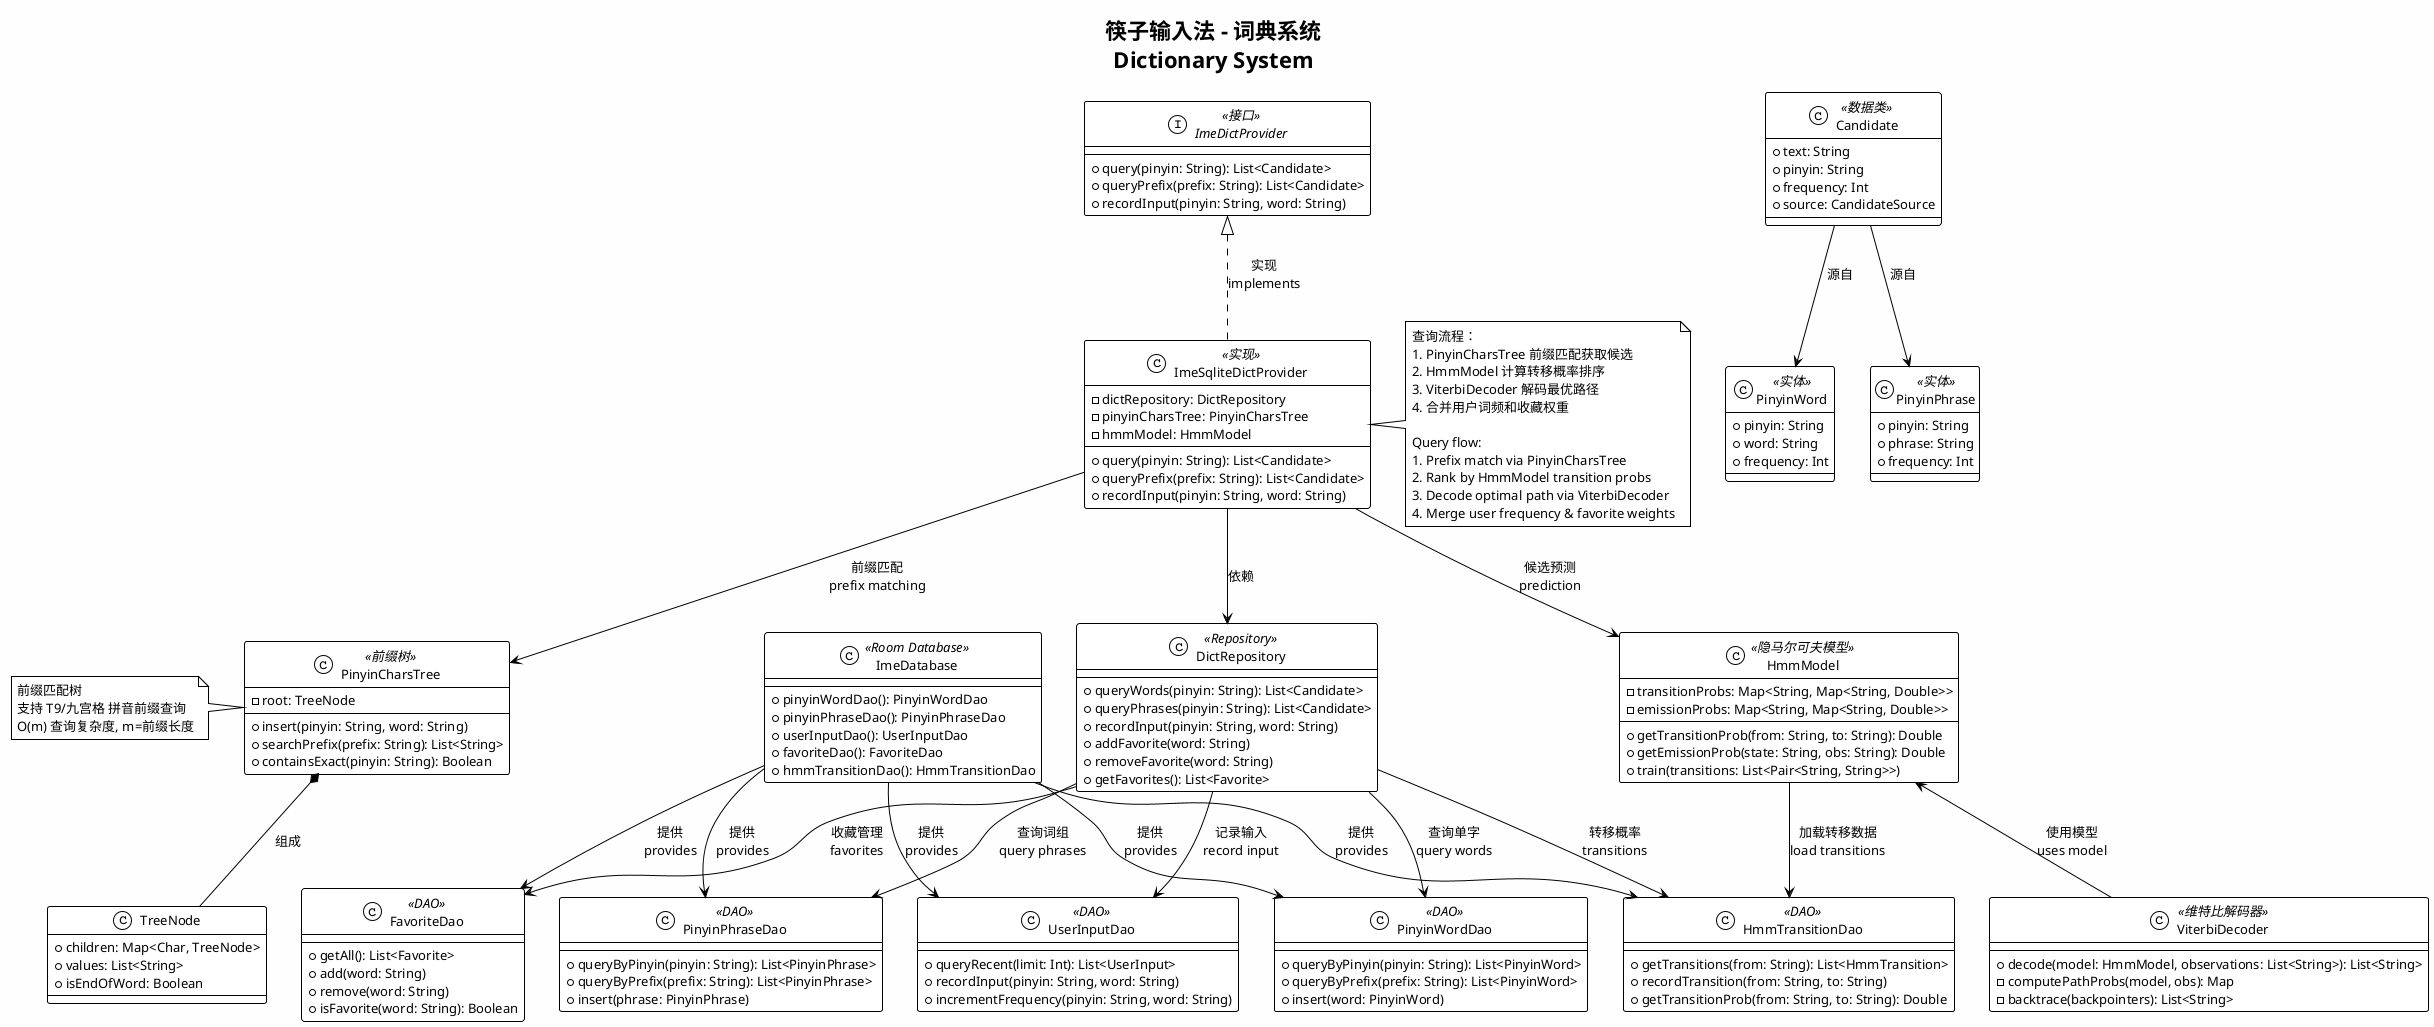
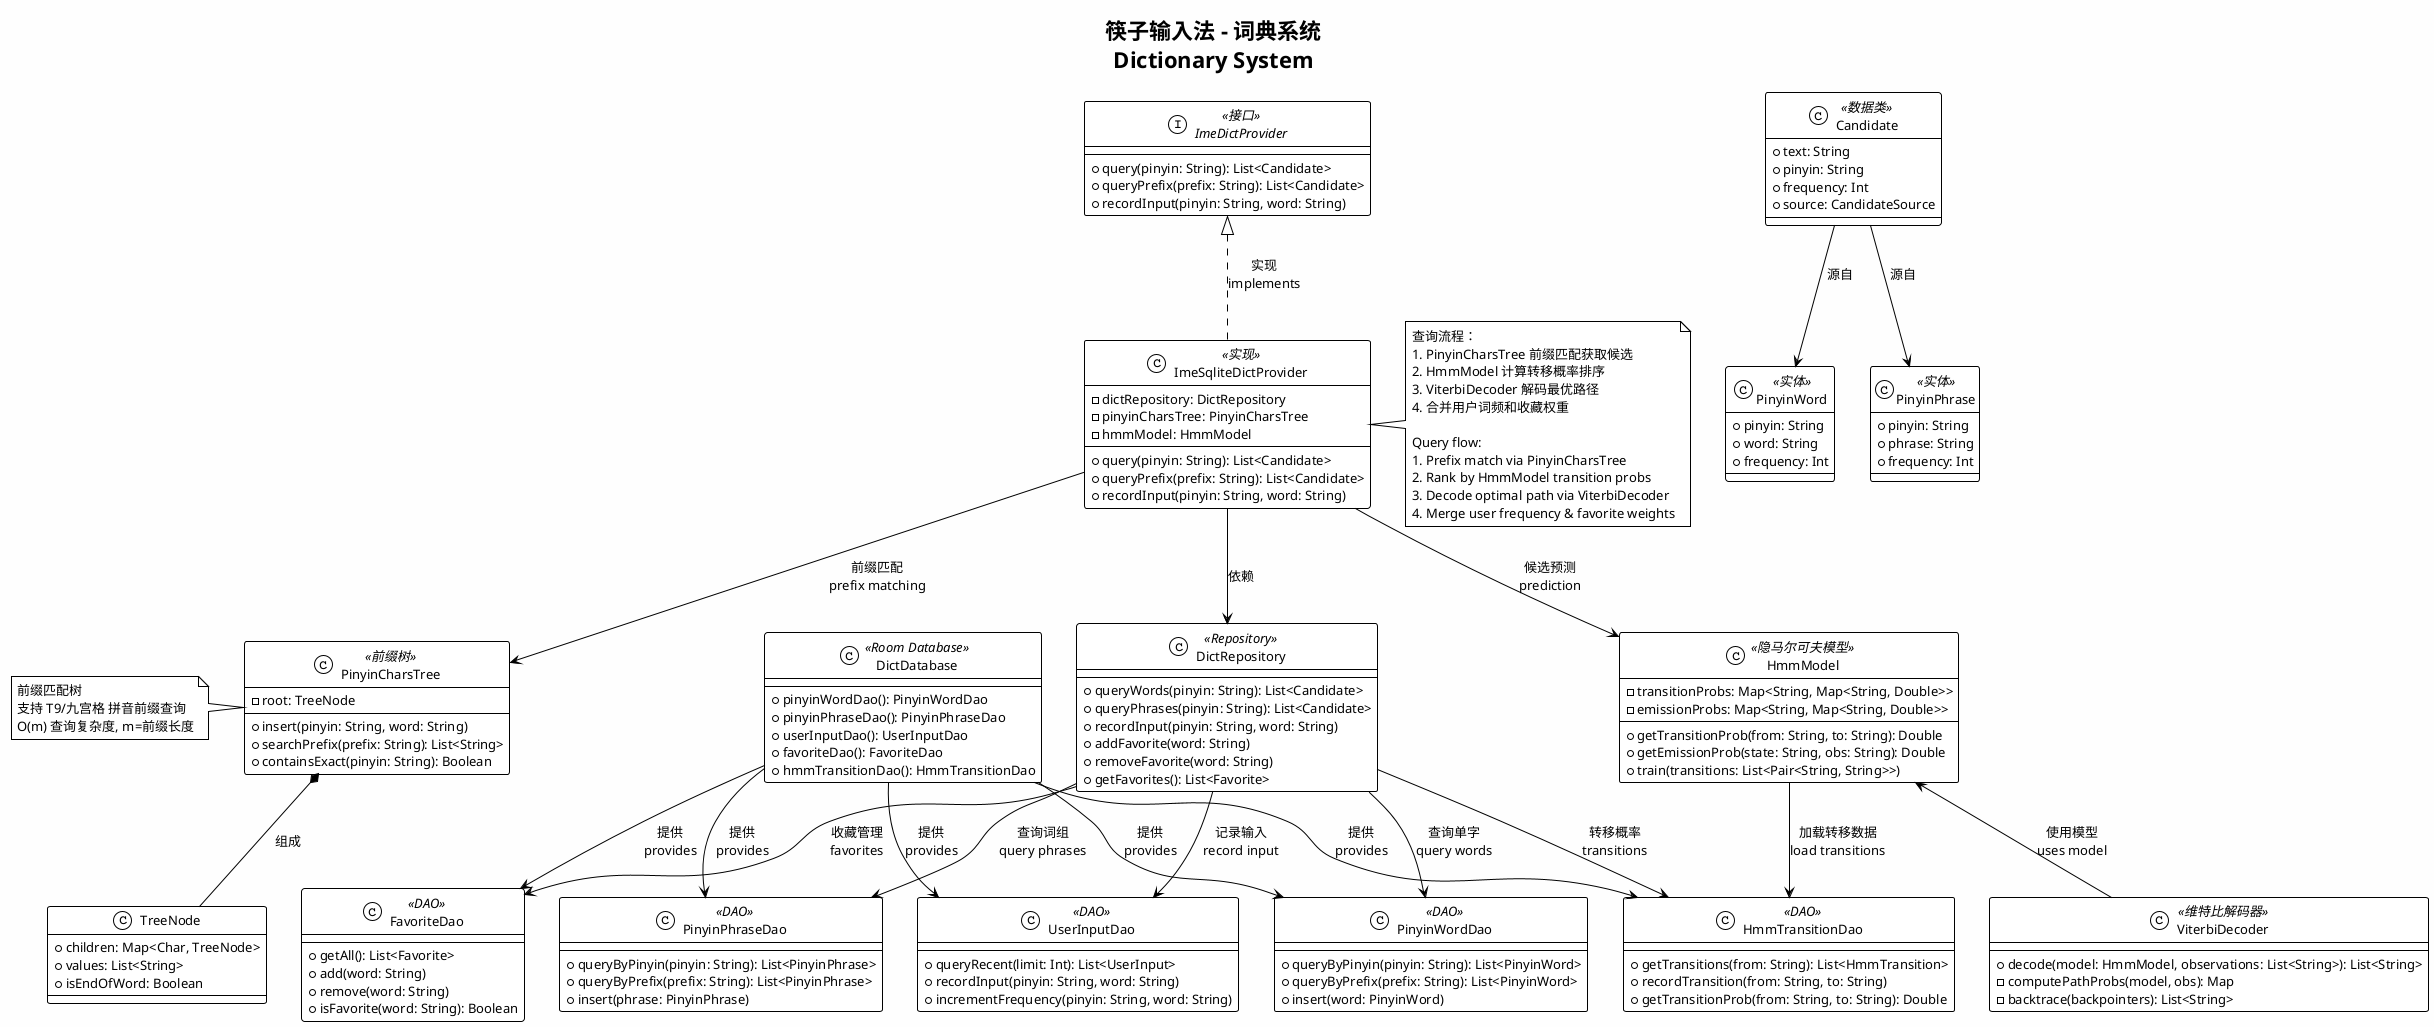
@startuml engine-dict-system
!theme plain
skinparam backgroundColor #FEFEFE
skinparam shadowing false
skinparam defaultFontSize 13
skinparam classFontSize 13
skinparam packageFontSize 14

title 筷子输入法 - 词典系统\nDictionary System

' ─── Repository Layer ──────────────────────────────────────────────

class DictRepository <<Repository>> {
    + queryWords(pinyin: String): List<Candidate>
    + queryPhrases(pinyin: String): List<Candidate>
    + recordInput(pinyin: String, word: String)
    + addFavorite(word: String)
    + removeFavorite(word: String)
    + getFavorites(): List<Favorite>
}

' ─── DAO Layer ─────────────────────────────────────────────────────

class PinyinWordDao <<DAO>> {
    + queryByPinyin(pinyin: String): List<PinyinWord>
    + queryByPrefix(prefix: String): List<PinyinWord>
    + insert(word: PinyinWord)
}

class PinyinPhraseDao <<DAO>> {
    + queryByPinyin(pinyin: String): List<PinyinPhrase>
    + queryByPrefix(prefix: String): List<PinyinPhrase>
    + insert(phrase: PinyinPhrase)
}

class UserInputDao <<DAO>> {
    + queryRecent(limit: Int): List<UserInput>
    + recordInput(pinyin: String, word: String)
    + incrementFrequency(pinyin: String, word: String)
}

class FavoriteDao <<DAO>> {
    + getAll(): List<Favorite>
    + add(word: String)
    + remove(word: String)
    + isFavorite(word: String): Boolean
}

class HmmTransitionDao <<DAO>> {
    + getTransitions(from: String): List<HmmTransition>
    + recordTransition(from: String, to: String)
    + getTransitionProb(from: String, to: String): Double
}

' ─── Database ──────────────────────────────────────────────────────

- class ImeDatabase <<Room Database>> {
+ class DictDatabase <<Room Database>> {
    + pinyinWordDao(): PinyinWordDao
    + pinyinPhraseDao(): PinyinPhraseDao
    + userInputDao(): UserInputDao
    + favoriteDao(): FavoriteDao
    + hmmTransitionDao(): HmmTransitionDao
}

' ─── Provider Interface & Implementation ───────────────────────────

interface ImeDictProvider <<接口>> {
    + query(pinyin: String): List<Candidate>
    + queryPrefix(prefix: String): List<Candidate>
    + recordInput(pinyin: String, word: String)
}

class ImeSqliteDictProvider <<实现>> {
    - dictRepository: DictRepository
    - pinyinCharsTree: PinyinCharsTree
    - hmmModel: HmmModel
    + query(pinyin: String): List<Candidate>
    + queryPrefix(prefix: String): List<Candidate>
    + recordInput(pinyin: String, word: String)
}

' ─── Prefix Matching ───────────────────────────────────────────────

class PinyinCharsTree <<前缀树>> {
    - root: TreeNode
    + insert(pinyin: String, word: String)
    + searchPrefix(prefix: String): List<String>
    + containsExact(pinyin: String): Boolean
}

class TreeNode {
    + children: Map<Char, TreeNode>
    + values: List<String>
    + isEndOfWord: Boolean
}

' ─── HMM + Viterbi ────────────────────────────────────────────────

class HmmModel <<隐马尔可夫模型>> {
    - transitionProbs: Map<String, Map<String, Double>>
    - emissionProbs: Map<String, Map<String, Double>>
    + getTransitionProb(from: String, to: String): Double
    + getEmissionProb(state: String, obs: String): Double
    + train(transitions: List<Pair<String, String>>)
}

class ViterbiDecoder <<维特比解码器>> {
    + decode(model: HmmModel, observations: List<String>): List<String>
    - computePathProbs(model, obs): Map
    - backtrace(backpointers): List<String>
}

' ─── Data Classes ──────────────────────────────────────────────────

class Candidate <<数据类>> {
    + text: String
    + pinyin: String
    + frequency: Int
    + source: CandidateSource
}

class PinyinWord <<实体>> {
    + pinyin: String
    + word: String
    + frequency: Int
}

class PinyinPhrase <<实体>> {
    + pinyin: String
    + phrase: String
    + frequency: Int
}

' ─── Relationships ─────────────────────────────────────────────────

DictRepository --> PinyinWordDao : "查询单字\nquery words"
DictRepository --> PinyinPhraseDao : "查询词组\nquery phrases"
DictRepository --> UserInputDao : "记录输入\nrecord input"
DictRepository --> FavoriteDao : "收藏管理\nfavorites"
DictRepository --> HmmTransitionDao : "转移概率\ntransitions"

- ImeDatabase --> PinyinWordDao : "提供\nprovides"
- ImeDatabase --> PinyinPhraseDao : "提供\nprovides"
- ImeDatabase --> UserInputDao : "提供\nprovides"
- ImeDatabase --> FavoriteDao : "提供\nprovides"
- ImeDatabase --> HmmTransitionDao : "提供\nprovides"
+ DictDatabase --> PinyinWordDao : "提供\nprovides"
+ DictDatabase --> PinyinPhraseDao : "提供\nprovides"
+ DictDatabase --> UserInputDao : "提供\nprovides"
+ DictDatabase --> FavoriteDao : "提供\nprovides"
+ DictDatabase --> HmmTransitionDao : "提供\nprovides"

ImeDictProvider <|.. ImeSqliteDictProvider : "实现\nimplements"
ImeSqliteDictProvider --> DictRepository : "依赖"
ImeSqliteDictProvider --> PinyinCharsTree : "前缀匹配\nprefix matching"
ImeSqliteDictProvider --> HmmModel : "候选预测\nprediction"

PinyinCharsTree *-- TreeNode : "组成"

HmmModel <-- ViterbiDecoder : "使用模型\nuses model"

HmmModel --> HmmTransitionDao : "加载转移数据\nload transitions"

Candidate --> PinyinWord : "源自"
Candidate --> PinyinPhrase : "源自"

' ─── Notes ─────────────────────────────────────────────────────────

note right of ImeSqliteDictProvider
    查询流程：
    1. PinyinCharsTree 前缀匹配获取候选
    2. HmmModel 计算转移概率排序
    3. ViterbiDecoder 解码最优路径
    4. 合并用户词频和收藏权重

    Query flow:
    1. Prefix match via PinyinCharsTree
    2. Rank by HmmModel transition probs
    3. Decode optimal path via ViterbiDecoder
    4. Merge user frequency & favorite weights
end note

note left of PinyinCharsTree
    前缀匹配树
    支持 T9/九宫格 拼音前缀查询
    O(m) 查询复杂度, m=前缀长度
end note

@enduml
